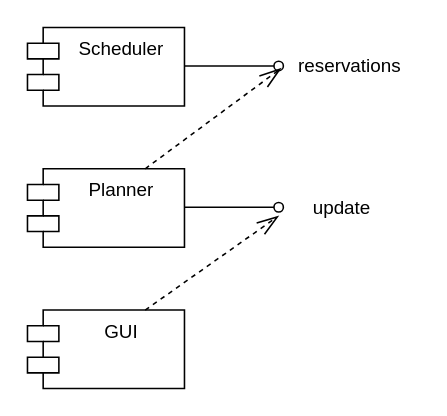
This is 4.drawio from rekcahtsebeht/SM, a draw.io file, before an edit. Source tidied: cells renumbered, new cells numbered last; positions are measured from the earlier drawing's top-left corner, leaving out a move shared by most shapes. Both pictures are drawn from the tidied source at 157%, with x=0, y=0 at pixel (27, 27).
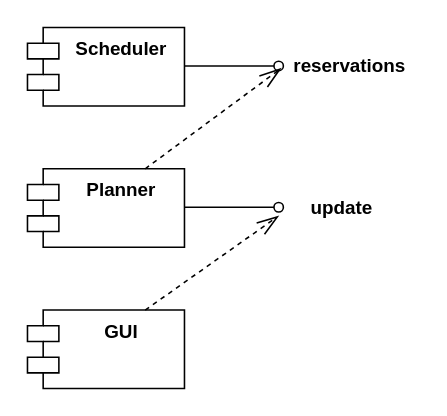
After the change.

The edit, as a diff of the source:
```diff
@@
 <mxGraphModel>
   <root>
     <mxCell id="0" />
     <mxCell id="1" parent="0" />
-    <mxCell id="2" value="Scheduler" style="shape=module;align=left;spacingLeft=20;align=center;verticalAlign=top;whiteSpace=wrap;html=1;" parent="1" vertex="1">
+    <mxCell id="2" value="&lt;b&gt;Scheduler&lt;/b&gt;" style="shape=module;align=left;spacingLeft=20;align=center;verticalAlign=top;whiteSpace=wrap;html=1;" parent="1" vertex="1">
       <mxGeometry width="100" height="50" as="geometry" />
     </mxCell>
-    <mxCell id="3" value="Planner" style="shape=module;align=left;spacingLeft=20;align=center;verticalAlign=top;whiteSpace=wrap;html=1;" parent="1" vertex="1">
+    <mxCell id="3" value="&lt;b&gt;Planner&lt;/b&gt;" style="shape=module;align=left;spacingLeft=20;align=center;verticalAlign=top;whiteSpace=wrap;html=1;" parent="1" vertex="1">
       <mxGeometry y="90" width="100" height="50" as="geometry" />
     </mxCell>
-    <mxCell id="4" value="GUI" style="shape=module;align=left;spacingLeft=20;align=center;verticalAlign=top;whiteSpace=wrap;html=1;" parent="1" vertex="1">
+    <mxCell id="4" value="&lt;b&gt;GUI&lt;/b&gt;" style="shape=module;align=left;spacingLeft=20;align=center;verticalAlign=top;whiteSpace=wrap;html=1;" parent="1" vertex="1">
       <mxGeometry y="180" width="100" height="50" as="geometry" />
     </mxCell>
     <mxCell id="5" style="endArrow=oval;html=1;rounded=0;endFill=0;" parent="1" edge="1">
       <mxGeometry relative="1" as="geometry">
         <mxPoint x="100" y="24.5" as="sourcePoint" />
         <mxPoint x="160" y="24.5" as="targetPoint" />
       </mxGeometry>
     </mxCell>
     <mxCell id="6" style="endArrow=oval;html=1;rounded=0;endFill=0;" parent="1" edge="1">
       <mxGeometry relative="1" as="geometry">
         <mxPoint x="100" y="114.5" as="sourcePoint" />
         <mxPoint x="160" y="114.5" as="targetPoint" />
       </mxGeometry>
     </mxCell>
-    <mxCell id="7" value="reservations" style="text;html=1;align=center;verticalAlign=middle;points=[];strokeColor=none;fillColor=none;" parent="1" vertex="1">
+    <mxCell id="7" value="&lt;b&gt;reservations&lt;/b&gt;" style="text;html=1;align=center;verticalAlign=middle;points=[];strokeColor=none;fillColor=none;" parent="1" vertex="1">
       <mxGeometry x="160" y="10" width="90" height="30" as="geometry" />
     </mxCell>
-    <mxCell id="8" value="update" style="text;html=1;align=center;verticalAlign=middle;strokeColor=none;fillColor=none;" parent="1" vertex="1">
+    <mxCell id="8" value="&lt;b&gt;update&lt;/b&gt;" style="text;html=1;align=center;verticalAlign=middle;strokeColor=none;fillColor=none;" parent="1" vertex="1">
       <mxGeometry x="170" y="100" width="60" height="30" as="geometry" />
     </mxCell>
     <mxCell id="9" style="endArrow=openThin;dashed=1;endFill=0;endSize=12;html=1;rounded=0;exitX=0.75;exitY=0;exitDx=0;exitDy=0;" parent="1" edge="1" source="4">
       <mxGeometry relative="1" as="geometry">
         <mxPoint x="160" y="120" as="targetPoint" />
       </mxGeometry>
     </mxCell>
     <mxCell id="10" style="endArrow=openThin;dashed=1;endFill=0;endSize=12;html=1;rounded=0;exitX=0.75;exitY=0;exitDx=0;exitDy=0;entryX=0.018;entryY=0.533;entryDx=0;entryDy=0;entryPerimeter=0;" parent="1" edge="1" target="7">
       <mxGeometry relative="1" as="geometry">
         <mxPoint x="75" y="90" as="sourcePoint" />
       </mxGeometry>
     </mxCell>
   </root>
 </mxGraphModel>
```
